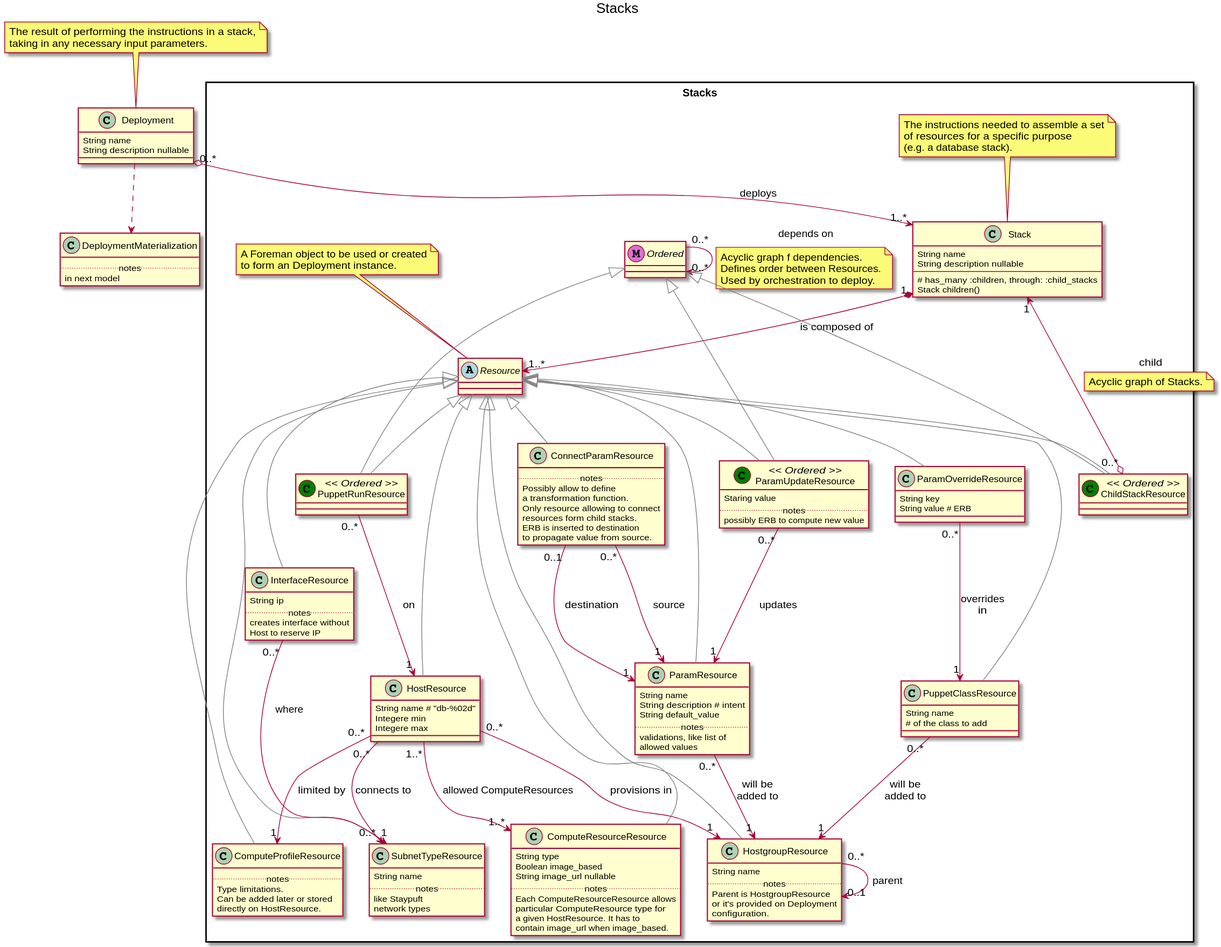
The PlantUML diagram doc/model/stacks.svg in theforeman/foreman, before a commit. Its source is kept beside it as doc/model/stacks.puml.
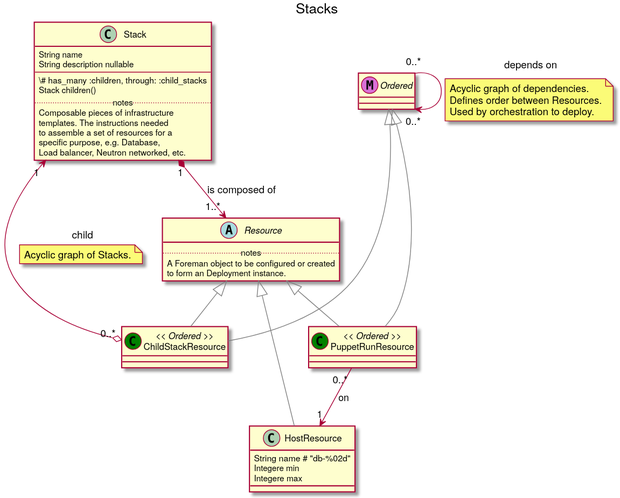
The same diagram one commit later.

Diff of the diagram source:
```diff
@@ -1,30 +1,9 @@
 @startuml
 
 !include shared.puml
+FONT
 
 title Stacks
-
-class Deployment {
-    String name
-    String description nullable
-}
-
-note as NDeployment
-    The result of performing the instructions in a stack,
-    taking in any necessary input parameters.
-end note
-Deployment .up. NDeployment
-
-class DeploymentMaterialization {
-    .. notes ..
-    in next model
-}
-Deployment ..> DeploymentMaterialization
-
-
-package Stacks <<Rect>> {
-
-Deployment "0..*" o--> "1..*" Stack : deploys
 
 class Stack {
     String name
@@ -32,45 +11,18 @@
     --
     \# has_many :children, through: :child_stacks
     Stack children()
+    .. notes ..
+    Composable pieces of infrastructure
+    templates. The instructions needed
+    to assemble a set of resources for a
+    specific purpose, e.g. Database,
+    Load balancer, Neutron networked, etc.
 }
-
-note as NStack
-    The instructions needed to assemble a set
-    of resources for a  specific purpose
-    (e.g. a database stack).
-end note
-Stack .up. NStack
-
-abstract class Resource {
-}
-
-note as NResource
-    A Foreman object to be used or created
-    to form an Deployment instance.
-end note
-Resource .up. NResource
 
 Stack "1" *--> "1..*" Resource : is composed of
 
-interface Ordered <<(M,orchid)>>
-
-Ordered "0..*" --> "0..*" Ordered : depends on
-
-note on link
-    Acyclic graph f dependencies.
-    Defines order between Resources.
-    Used by orchestration to deploy.
-end note
-
 RESOURCES
 
-HostgroupResource "0..*" <-- "0..1" HostgroupResource : be parent of
-note on link
-Foreign keys cannot be stored on target HostgroupResource.
-It would prevent Stack share-ability.
-end note
-
-HostResource "0..*" --> "1" HostgroupResource : provisions in
 ChildStackResource "0..*" o-up--> "1" Stack : child
 note on link: Acyclic graph of Stacks.
 
@@ -87,7 +39,15 @@
 
 hide ContainerResource
 hide ExternalCommandResource
-
-}
+hide ParamOverrideResource
+hide ParamUpdateResource
+hide HostgroupResource
+hide SubnetTypeResource
+hide ParamResource
+hide ComputeResourceResource
+hide PuppetClassResource
+hide ConnectParamResource
+hide InterfaceResource
+hide ComputeProfileResource
 
 @enduml
```
